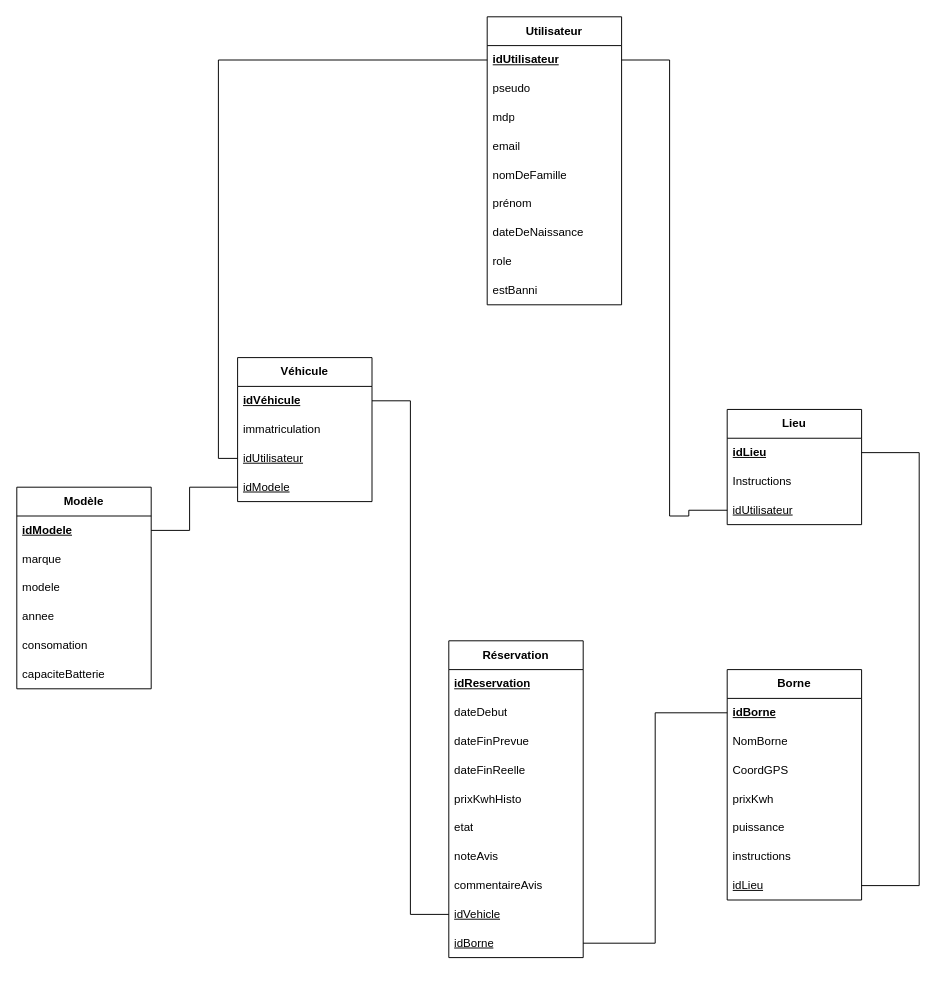
This is page "mld" (2 of 3) of merise-electricity-business.drawio from LaiPe/electricity-business-back, a draw.io file, before an edit. Source tidied: cells renumbered, new cells numbered last; positions are measured from the earlier drawing's top-left corner, leaving out a move shared by most shapes. Both pictures are drawn from the tidied source at 96%, with x=0, y=0 at pixel (16, 16).
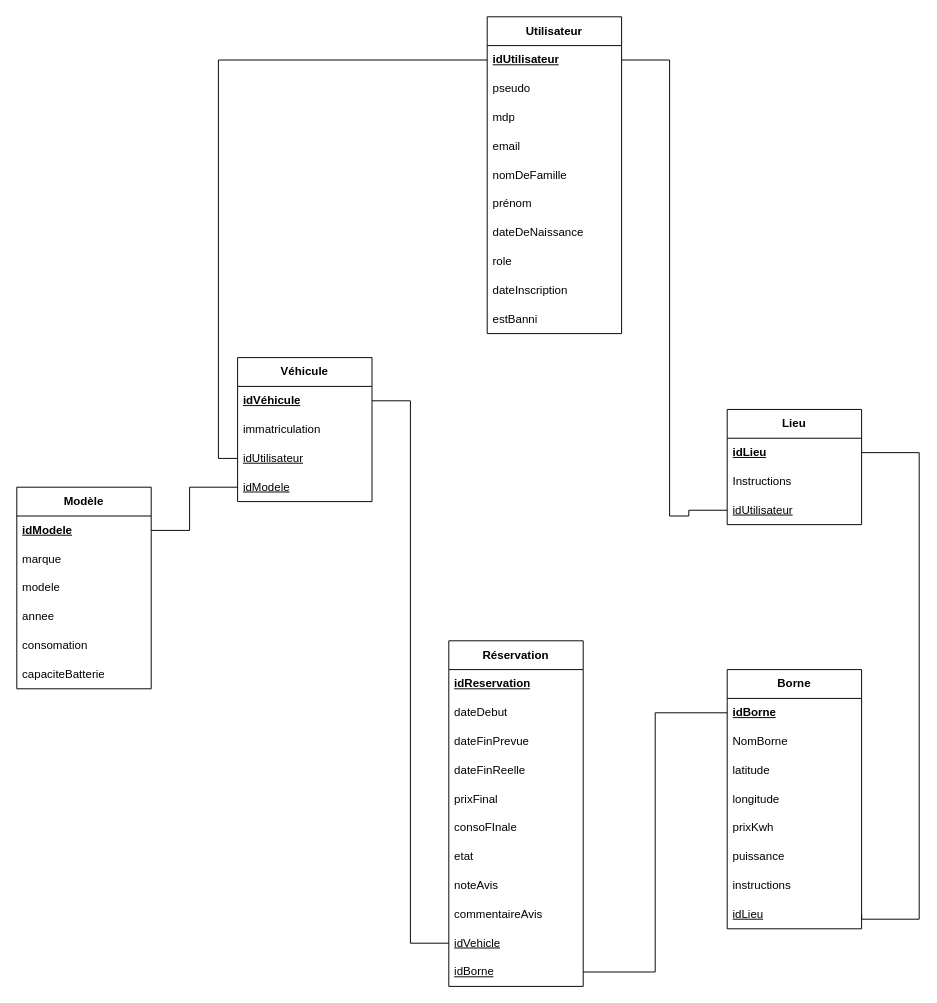
The same diagram, later.

Unchanged cells that the change refers to:
```xml
<mxCell id="21" value="&lt;b&gt;&lt;u&gt;idLieu&lt;/u&gt;&lt;/b&gt;" style="text;strokeColor=none;fillColor=none;align=left;verticalAlign=middle;spacingLeft=4;spacingRight=4;overflow=hidden;points=[[0,0.5],[1,0.5]];portConstraint=eastwest;whiteSpace=wrap;html=1;" parent="20" vertex="1">
  <mxGeometry y="30" width="140" height="30" as="geometry" />
</mxCell>
```

Diff of the diagram source:
```diff
@@
     <mxCell id="2" value="&lt;b&gt;Utilisateur&lt;/b&gt;" style="swimlane;fontStyle=0;horizontal=1;startSize=30;whiteSpace=wrap;html=1;" parent="1" vertex="1">
-      <mxGeometry x="490" width="140" height="300" as="geometry" />
+      <mxGeometry x="490" width="140" height="330" as="geometry" />
     </mxCell>
@@
+    <mxCell id="53" value="dateInscription" style="text;strokeColor=none;fillColor=none;align=left;verticalAlign=middle;spacingLeft=4;spacingRight=4;overflow=hidden;whiteSpace=wrap;html=1;" parent="2" vertex="1">
+      <mxGeometry y="270" width="140" height="30" as="geometry" />
+    </mxCell>
     <mxCell id="11" value="estBanni" style="text;strokeColor=none;fillColor=none;align=left;verticalAlign=middle;spacingLeft=4;spacingRight=4;overflow=hidden;whiteSpace=wrap;html=1;" parent="2" vertex="1">
-      <mxGeometry y="270" width="140" height="30" as="geometry" />
+      <mxGeometry y="300" width="140" height="30" as="geometry" />
     </mxCell>
     <mxCell id="12" value="&lt;b&gt;Borne&lt;/b&gt;" style="swimlane;fontStyle=0;horizontal=1;startSize=30;whiteSpace=wrap;html=1;" parent="1" vertex="1">
-      <mxGeometry x="740" y="680" width="140" height="240" as="geometry" />
+      <mxGeometry x="740" y="680" width="140" height="270" as="geometry" />
     </mxCell>
@@
-    <mxCell id="15" value="CoordGPS" style="text;strokeColor=none;fillColor=none;align=left;verticalAlign=middle;spacingLeft=4;spacingRight=4;overflow=hidden;whiteSpace=wrap;html=1;" parent="12" vertex="1">
+    <mxCell id="15" value="latitude" style="text;strokeColor=none;fillColor=none;align=left;verticalAlign=middle;spacingLeft=4;spacingRight=4;overflow=hidden;whiteSpace=wrap;html=1;" parent="12" vertex="1">
       <mxGeometry y="90" width="140" height="30" as="geometry" />
     </mxCell>
+    <mxCell id="54" value="longitude" style="text;strokeColor=none;fillColor=none;align=left;verticalAlign=middle;spacingLeft=4;spacingRight=4;overflow=hidden;whiteSpace=wrap;html=1;" parent="12" vertex="1">
+      <mxGeometry y="120" width="140" height="30" as="geometry" />
+    </mxCell>
     <mxCell id="16" value="prixKwh" style="text;strokeColor=none;fillColor=none;align=left;verticalAlign=middle;spacingLeft=4;spacingRight=4;overflow=hidden;whiteSpace=wrap;html=1;" parent="12" vertex="1">
-      <mxGeometry y="120" width="140" height="30" as="geometry" />
+      <mxGeometry y="150" width="140" height="30" as="geometry" />
     </mxCell>
     <mxCell id="17" value="puissance" style="text;strokeColor=none;fillColor=none;align=left;verticalAlign=middle;spacingLeft=4;spacingRight=4;overflow=hidden;whiteSpace=wrap;html=1;" parent="12" vertex="1">
-      <mxGeometry y="150" width="140" height="30" as="geometry" />
+      <mxGeometry y="180" width="140" height="30" as="geometry" />
     </mxCell>
     <mxCell id="18" value="instructions" style="text;strokeColor=none;fillColor=none;align=left;verticalAlign=middle;spacingLeft=4;spacingRight=4;overflow=hidden;whiteSpace=wrap;html=1;" parent="12" vertex="1">
-      <mxGeometry y="180" width="140" height="30" as="geometry" />
+      <mxGeometry y="210" width="140" height="30" as="geometry" />
     </mxCell>
     <mxCell id="19" value="&lt;u&gt;idLieu&lt;/u&gt;" style="text;strokeColor=none;fillColor=none;align=left;verticalAlign=middle;spacingLeft=4;spacingRight=4;overflow=hidden;points=[[0,0.5],[1,0.5]];portConstraint=eastwest;whiteSpace=wrap;html=1;" parent="12" vertex="1">
-      <mxGeometry y="210" width="140" height="30" as="geometry" />
+      <mxGeometry y="240" width="140" height="30" as="geometry" />
     </mxCell>
@@
     <mxCell id="38" value="&lt;b&gt;Réservation&lt;/b&gt;" style="swimlane;fontStyle=0;horizontal=1;startSize=30;whiteSpace=wrap;html=1;" parent="1" vertex="1">
-      <mxGeometry x="450" y="650" width="140" height="330" as="geometry" />
+      <mxGeometry x="450" y="650" width="140" height="360" as="geometry" />
     </mxCell>
@@
-    <mxCell id="43" value="prixKwhHisto" style="text;strokeColor=none;fillColor=none;align=left;verticalAlign=middle;spacingLeft=4;spacingRight=4;overflow=hidden;whiteSpace=wrap;html=1;" parent="38" vertex="1">
+    <mxCell id="43" value="prixFinal" style="text;strokeColor=none;fillColor=none;align=left;verticalAlign=middle;spacingLeft=4;spacingRight=4;overflow=hidden;whiteSpace=wrap;html=1;" parent="38" vertex="1">
       <mxGeometry y="150" width="140" height="30" as="geometry" />
     </mxCell>
+    <mxCell id="55" value="consoFInale" style="text;strokeColor=none;fillColor=none;align=left;verticalAlign=middle;spacingLeft=4;spacingRight=4;overflow=hidden;whiteSpace=wrap;html=1;" parent="38" vertex="1">
+      <mxGeometry y="180" width="140" height="30" as="geometry" />
+    </mxCell>
     <mxCell id="44" value="etat" style="text;strokeColor=none;fillColor=none;align=left;verticalAlign=middle;spacingLeft=4;spacingRight=4;overflow=hidden;whiteSpace=wrap;html=1;" parent="38" vertex="1">
-      <mxGeometry y="180" width="140" height="30" as="geometry" />
+      <mxGeometry y="210" width="140" height="30" as="geometry" />
     </mxCell>
     <mxCell id="45" value="noteAvis" style="text;strokeColor=none;fillColor=none;align=left;verticalAlign=middle;spacingLeft=4;spacingRight=4;overflow=hidden;whiteSpace=wrap;html=1;" parent="38" vertex="1">
-      <mxGeometry y="210" width="140" height="30" as="geometry" />
+      <mxGeometry y="240" width="140" height="30" as="geometry" />
     </mxCell>
     <mxCell id="46" value="commentaireAvis" style="text;strokeColor=none;fillColor=none;align=left;verticalAlign=middle;spacingLeft=4;spacingRight=4;overflow=hidden;whiteSpace=wrap;html=1;" parent="38" vertex="1">
-      <mxGeometry y="240" width="140" height="30" as="geometry" />
+      <mxGeometry y="270" width="140" height="30" as="geometry" />
     </mxCell>
     <mxCell id="47" value="&lt;u&gt;idVehicle&lt;/u&gt;" style="text;strokeColor=none;fillColor=none;align=left;verticalAlign=middle;spacingLeft=4;spacingRight=4;overflow=hidden;points=[[0,0.5],[1,0.5]];portConstraint=eastwest;whiteSpace=wrap;html=1;" parent="38" vertex="1">
-      <mxGeometry y="270" width="140" height="30" as="geometry" />
+      <mxGeometry y="300" width="140" height="30" as="geometry" />
     </mxCell>
     <mxCell id="48" value="&lt;u&gt;idBorne&lt;/u&gt;" style="text;strokeColor=none;fillColor=none;align=left;verticalAlign=middle;spacingLeft=4;spacingRight=4;overflow=hidden;points=[[0,0.5],[1,0.5]];portConstraint=eastwest;whiteSpace=wrap;html=1;" parent="38" vertex="1">
-      <mxGeometry y="300" width="140" height="30" as="geometry" />
+      <mxGeometry y="330" width="140" height="30" as="geometry" />
     </mxCell>
     <mxCell id="49" style="edgeStyle=orthogonalEdgeStyle;rounded=0;jettySize=auto;html=1;exitX=1;exitY=0.5;exitDx=0;exitDy=0;endArrow=none;endFill=0;" parent="1" edge="1" source="19" target="21">
       <mxGeometry relative="1" as="geometry">
         <Array as="points">
-          <mxPoint x="940" y="905" />
+          <mxPoint x="880" y="940" />
+          <mxPoint x="940" y="940" />
           <mxPoint x="940" y="454" />
         </Array>
       </mxGeometry>
     </mxCell>
```
